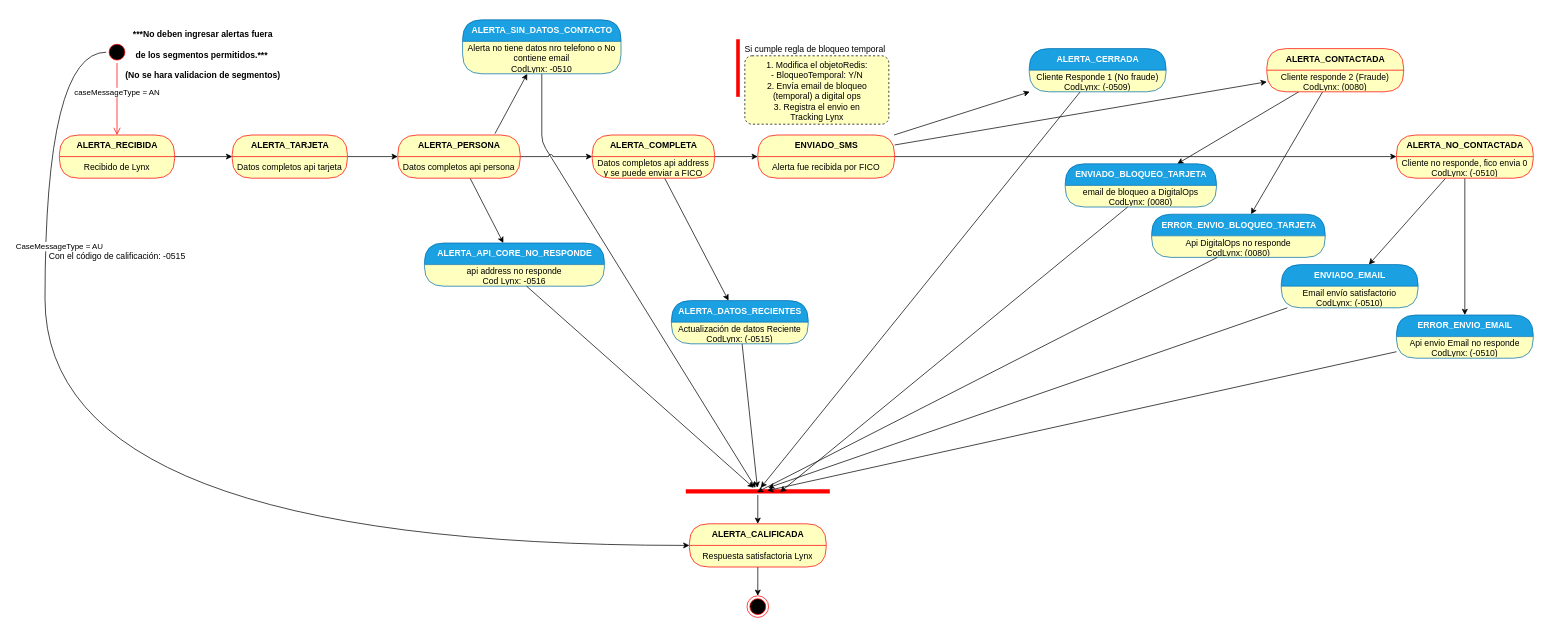
Earlier version of the draw.io diagram EstadosLynx.drawio (zolymo/diagrams). Source tidied: cells renumbered, new cells numbered last; positions are measured from the earlier drawing's top-left corner, leaving out a move shared by most shapes. Both pictures are drawn from the tidied source at 72%, with x=0, y=0 at pixel (12, 12).
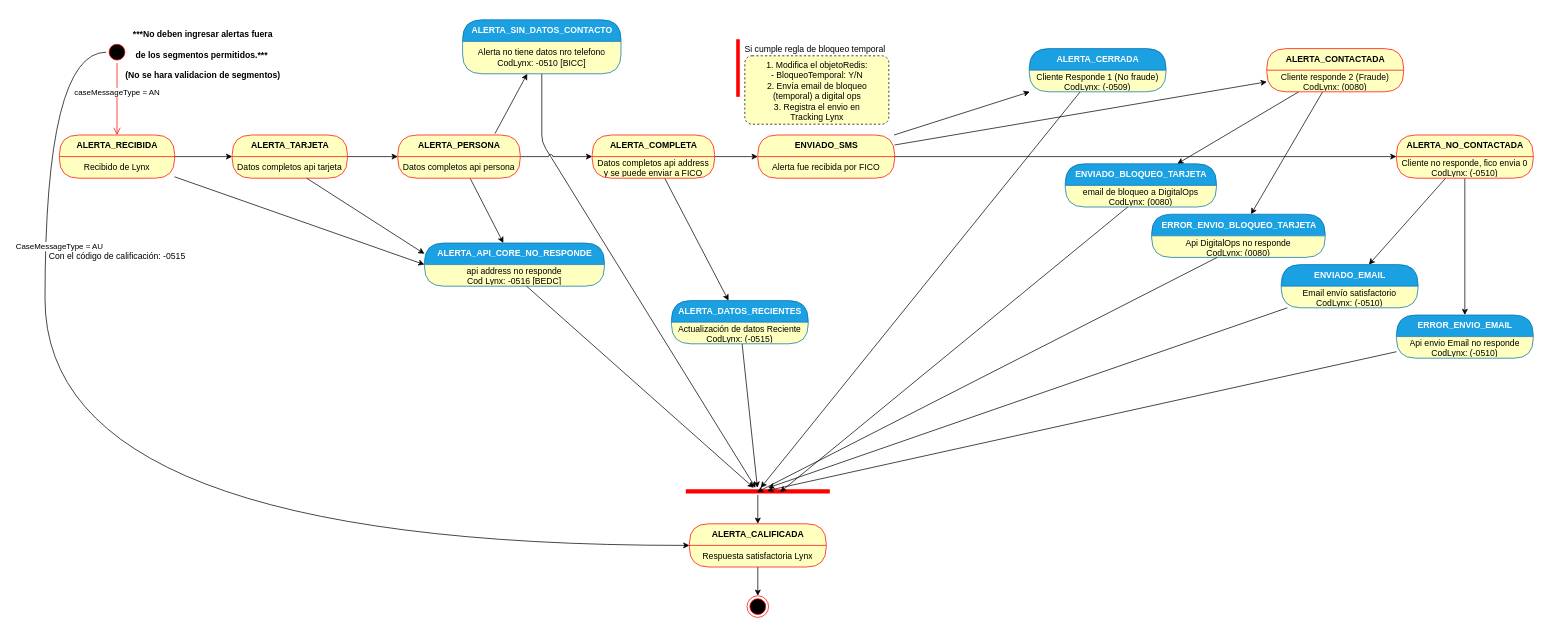
The same diagram, later.

Unchanged cells that the change refers to:
```xml
<mxCell id="5" value="ALERTA_RECIBIDA" style="swimlane;html=1;fontStyle=1;align=center;verticalAlign=middle;horizontal=1;startSize=30;fontColor=#000000;rounded=1;arcSize=30;strokeColor=#ff0000;fillColor=#ffffc0;swimlaneFillColor=#ffffc0;" parent="1" vertex="1">
  <mxGeometry x="65" y="170" width="160" height="60" as="geometry" />
</mxCell>
<mxCell id="10" value="Datos completos api&amp;nbsp;tarjeta" style="text;html=1;strokeColor=none;fillColor=none;align=center;verticalAlign=middle;spacingLeft=4;spacingRight=4;whiteSpace=wrap;overflow=hidden;fontColor=#000000;" parent="9" vertex="1">
  <mxGeometry y="30" width="160" height="30" as="geometry" />
</mxCell>
<mxCell id="20" value="ALERTA_API_CORE_NO_RESPONDE" style="swimlane;html=1;fontStyle=1;align=center;verticalAlign=middle;horizontal=1;startSize=30;rounded=1;arcSize=30;strokeColor=#006EAF;fillColor=#1ba1e2;swimlaneFillColor=#ffffc0;fontColor=#ffffff;" parent="1" vertex="1">
  <mxGeometry x="572" y="320" width="250" height="60" as="geometry" />
</mxCell>
<mxCell id="22" value="ALERTA_SIN_DATOS_CONTACTO" style="swimlane;html=1;fontStyle=1;align=center;verticalAlign=middle;horizontal=1;startSize=30;fontColor=#ffffff;rounded=1;arcSize=30;strokeColor=#006EAF;fillColor=#1ba1e2;swimlaneFillColor=#ffffc0;" parent="1" vertex="1">
  <mxGeometry x="625" y="10" width="220" height="75" as="geometry" />
</mxCell>
```

Diff of the diagram source:
```diff
@@
+    <mxCell id="70" style="rounded=0;jettySize=auto;html=1;entryX=0;entryY=0.5;entryDx=0;entryDy=0;" parent="1" edge="1" source="5" target="20">
+      <mxGeometry relative="1" as="geometry" />
+    </mxCell>
@@
-    <mxCell id="21" value="api address no responde&lt;br&gt;Cod Lynx: -0516" style="text;html=1;strokeColor=none;fillColor=none;align=center;verticalAlign=middle;spacingLeft=4;spacingRight=4;whiteSpace=wrap;overflow=hidden;fontColor=#000000;" parent="20" vertex="1">
+    <mxCell id="21" value="api address no responde&lt;br&gt;Cod Lynx: -0516 [BEDC]" style="text;html=1;strokeColor=none;fillColor=none;align=center;verticalAlign=middle;spacingLeft=4;spacingRight=4;whiteSpace=wrap;overflow=hidden;fontColor=#000000;" parent="20" vertex="1">
       <mxGeometry y="30" width="250" height="30" as="geometry" />
     </mxCell>
@@
-    <mxCell id="23" value="Alerta no tiene datos nro telefono o No contiene email&lt;br&gt;CodLynx: -0510" style="text;html=1;strokeColor=none;fillColor=none;align=center;verticalAlign=middle;spacingLeft=4;spacingRight=4;whiteSpace=wrap;overflow=hidden;fontColor=#000000;" parent="22" vertex="1">
+    <mxCell id="23" value="Alerta no tiene datos nro telefono&lt;br&gt;CodLynx: -0510 [BICC]" style="text;html=1;strokeColor=none;fillColor=none;align=center;verticalAlign=middle;spacingLeft=4;spacingRight=4;whiteSpace=wrap;overflow=hidden;fontColor=#000000;" parent="22" vertex="1">
       <mxGeometry y="30" width="220" height="45" as="geometry" />
     </mxCell>
@@
+    <mxCell id="71" style="edgeStyle=none;rounded=0;jettySize=auto;html=1;entryX=0;entryY=0.25;entryDx=0;entryDy=0;" parent="1" edge="1" source="10" target="20">
+      <mxGeometry relative="1" as="geometry" />
+    </mxCell>
```
